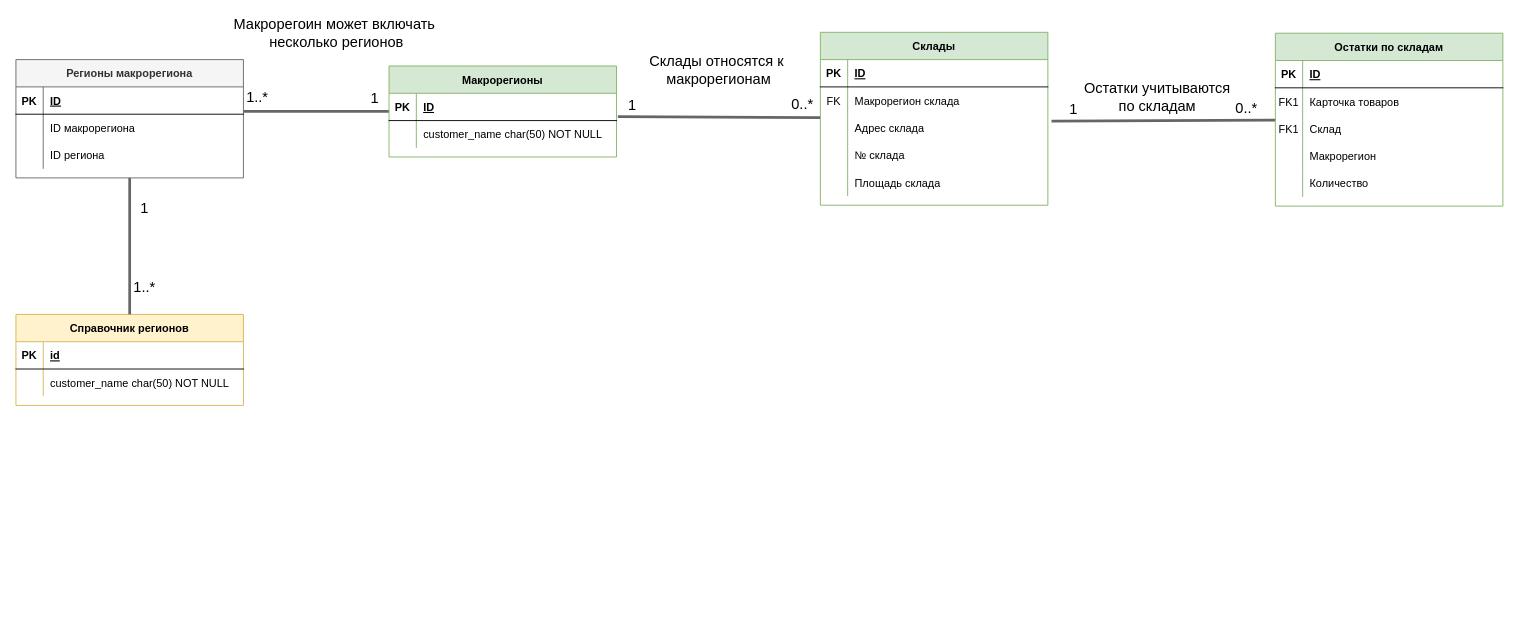
Before: ERD Складская система.drawio in getitsoIved/examplesOfArtifacts, a draw.io diagram. Source tidied: cells renumbered, new cells numbered last; positions are measured from the earlier drawing's top-left corner, leaving out a move shared by most shapes. Both pictures are drawn from the tidied source at 91%, with x=0, y=0 at pixel (15, 32).
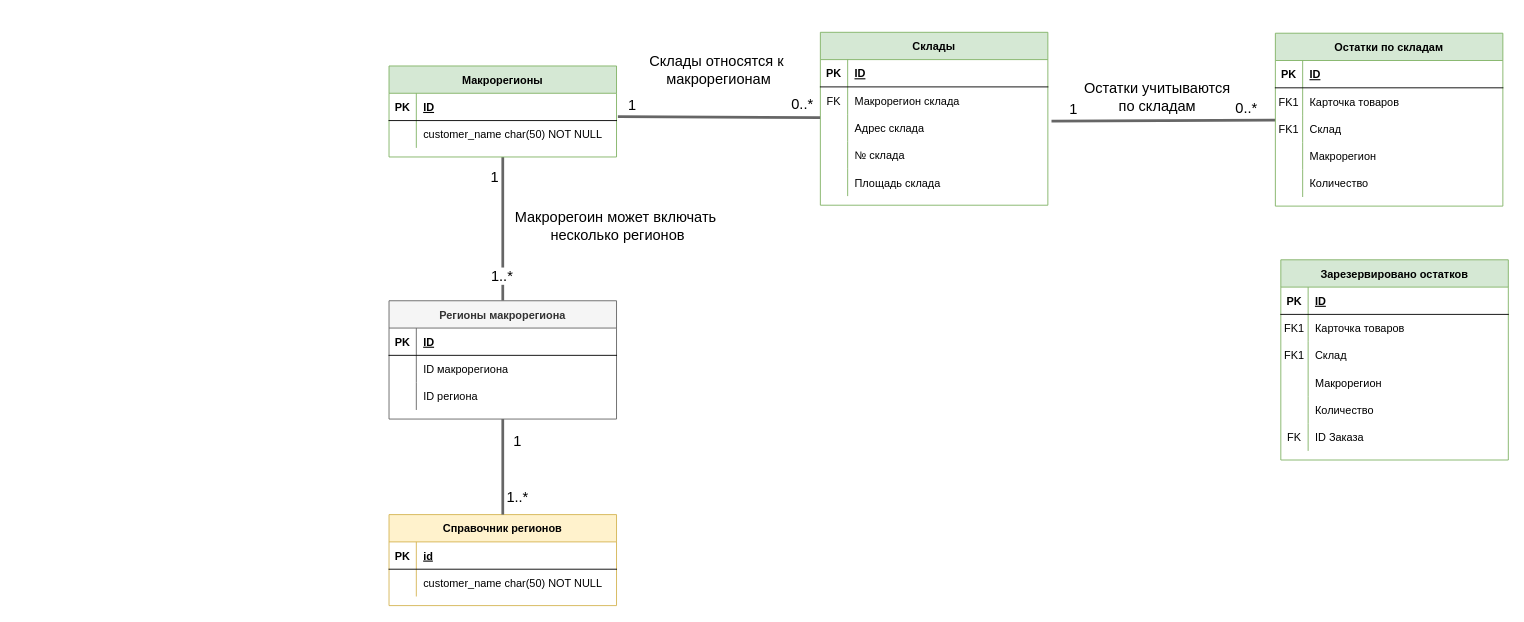
Above is the later version.

Unchanged cells that the change refers to:
```xml
<mxCell id="26" value="Макрорегионы" style="shape=table;startSize=30;childLayout=tableLayout;rowLines=0;fontStyle=1;align=center;fillColor=#d5e8d4;strokeColor=#82b366;" parent="1" vertex="1">
  <mxGeometry x="410" y="37" width="250" height="100" as="geometry" />
</mxCell>
<mxCell id="44" style="shape=partialRectangle;fillColor=none;points=[[0,0.5],[1,0.5]];portConstraint=eastwest;top=0;left=0;right=0;bottom=1;" parent="43" vertex="1">
  <mxGeometry y="30" width="250" height="30" as="geometry" />
</mxCell>
```

What changed in the source:
```diff
@@
-    <mxCell id="22" style="rounded=0;jettySize=auto;html=1;entryX=1;entryY=0.9;entryDx=0;entryDy=0;entryPerimeter=0;fillColor=#f5f5f5;strokeColor=#666666;strokeWidth=3;endArrow=none;endFill=0;" parent="1" edge="1" source="26" target="44">
+    <mxCell id="22" style="rounded=0;jettySize=auto;html=1;entryX=0.5;entryY=0;entryDx=0;entryDy=0;fillColor=#f5f5f5;strokeColor=#666666;strokeWidth=3;endArrow=none;endFill=0;" parent="1" edge="1" source="26" target="43">
       <mxGeometry relative="1" as="geometry" />
     </mxCell>
@@
     <mxCell id="24" value="Макрорегоин может включать&amp;nbsp;&lt;br style=&quot;font-size: 16px;&quot;&gt;несколько регионов" style="edgeLabel;html=1;align=center;verticalAlign=middle;fontSize=16;" parent="22" vertex="1">
       <mxGeometry x="0.1" y="-4" relative="1" as="geometry">
-        <mxPoint x="29" y="-83" as="offset" />
+        <mxPoint x="129" y="-12" as="offset" />
       </mxGeometry>
     </mxCell>
     <mxCell id="25" value="1" style="edgeLabel;html=1;align=center;verticalAlign=middle;fontSize=16;" parent="22" vertex="1">
       <mxGeometry x="-0.69" y="1" relative="1" as="geometry">
-        <mxPoint x="8" y="-17" as="offset" />
+        <mxPoint x="-11" y="-3" as="offset" />
       </mxGeometry>
     </mxCell>
@@
     <mxCell id="33" value="Справочник регионов" style="shape=table;startSize=30;childLayout=tableLayout;rowLines=0;fontStyle=1;align=center;fillColor=#fff2cc;strokeColor=#d6b656;" parent="1" vertex="1">
-      <mxGeometry y="310" width="250" height="100" as="geometry" />
+      <mxGeometry x="410" y="530" width="250" height="100" as="geometry" />
     </mxCell>
@@
     <mxCell id="43" value="Регионы макрорегиона" style="shape=table;startSize=30;childLayout=tableLayout;rowLines=0;fontStyle=1;align=center;fillColor=#f5f5f5;strokeColor=#666666;fontColor=#333333;" parent="1" vertex="1">
-      <mxGeometry y="30" width="250" height="130" as="geometry" />
+      <mxGeometry x="410" y="295" width="250" height="130" as="geometry" />
     </mxCell>
@@
+    <mxCell id="73" value="Зарезервировано остатков" style="shape=table;startSize=30;childLayout=tableLayout;rowLines=0;fontStyle=1;align=center;fillColor=#d5e8d4;strokeColor=#82b366;" parent="1" vertex="1">
+      <mxGeometry x="1390" y="250" width="250" height="220" as="geometry" />
+    </mxCell>
+    <mxCell id="74" style="shape=partialRectangle;fillColor=none;top=0;left=0;right=0;bottom=1;" parent="73" vertex="1">
+      <mxGeometry y="30" width="250" height="30" as="geometry" />
+    </mxCell>
+    <mxCell id="75" value="PK" style="shape=partialRectangle;overflow=hidden;fillColor=none;top=0;left=0;bottom=0;right=0;fontStyle=1;" parent="74" vertex="1">
+      <mxGeometry width="30" height="30" as="geometry" />
+    </mxCell>
+    <mxCell id="76" value="ID" style="shape=partialRectangle;overflow=hidden;fillColor=none;top=0;left=0;bottom=0;right=0;align=left;spacingLeft=6;fontStyle=5;" parent="74" vertex="1">
+      <mxGeometry x="30" width="220" height="30" as="geometry" />
+    </mxCell>
+    <mxCell id="77" style="shape=partialRectangle;fillColor=none;top=0;left=0;right=0;bottom=0;" parent="73" vertex="1">
+      <mxGeometry y="60" width="250" height="30" as="geometry" />
+    </mxCell>
+    <mxCell id="78" value="FK1" style="shape=partialRectangle;overflow=hidden;fillColor=none;top=0;left=0;bottom=0;right=0;" parent="77" vertex="1">
+      <mxGeometry width="30" height="30" as="geometry" />
+    </mxCell>
+    <mxCell id="79" value="Карточка товаров" style="shape=partialRectangle;overflow=hidden;fillColor=none;top=0;left=0;bottom=0;right=0;align=left;spacingLeft=6;" parent="77" vertex="1">
+      <mxGeometry x="30" width="220" height="30" as="geometry" />
+    </mxCell>
+    <mxCell id="80" style="shape=partialRectangle;fillColor=none;top=0;left=0;right=0;bottom=0;" parent="73" vertex="1">
+      <mxGeometry y="90" width="250" height="30" as="geometry" />
+    </mxCell>
+    <mxCell id="81" value="FK1" style="shape=partialRectangle;overflow=hidden;fillColor=none;top=0;left=0;bottom=0;right=0;" parent="80" vertex="1">
+      <mxGeometry width="30" height="30" as="geometry" />
+    </mxCell>
+    <mxCell id="82" value="Склад" style="shape=partialRectangle;overflow=hidden;fillColor=none;top=0;left=0;bottom=0;right=0;align=left;spacingLeft=6;" parent="80" vertex="1">
+      <mxGeometry x="30" width="220" height="30" as="geometry" />
+    </mxCell>
+    <mxCell id="83" style="shape=partialRectangle;fillColor=none;top=0;left=0;right=0;bottom=0;" parent="73" vertex="1">
+      <mxGeometry y="120" width="250" height="30" as="geometry" />
+    </mxCell>
+    <mxCell id="84" style="shape=partialRectangle;overflow=hidden;fillColor=none;top=0;left=0;bottom=0;right=0;" parent="83" vertex="1">
+      <mxGeometry width="30" height="30" as="geometry" />
+    </mxCell>
+    <mxCell id="85" value="Макрорегион" style="shape=partialRectangle;overflow=hidden;fillColor=none;top=0;left=0;bottom=0;right=0;align=left;spacingLeft=6;" parent="83" vertex="1">
+      <mxGeometry x="30" width="220" height="30" as="geometry" />
+    </mxCell>
+    <mxCell id="86" style="shape=partialRectangle;fillColor=none;top=0;left=0;right=0;bottom=0;" parent="73" vertex="1">
+      <mxGeometry y="150" width="250" height="30" as="geometry" />
+    </mxCell>
+    <mxCell id="87" style="shape=partialRectangle;overflow=hidden;fillColor=none;top=0;left=0;bottom=0;right=0;" parent="86" vertex="1">
+      <mxGeometry width="30" height="30" as="geometry" />
+    </mxCell>
+    <mxCell id="88" value="Количество" style="shape=partialRectangle;overflow=hidden;fillColor=none;top=0;left=0;bottom=0;right=0;align=left;spacingLeft=6;" parent="86" vertex="1">
+      <mxGeometry x="30" width="220" height="30" as="geometry" />
+    </mxCell>
+    <mxCell id="89" style="shape=partialRectangle;fillColor=none;top=0;left=0;right=0;bottom=0;" parent="73" vertex="1">
+      <mxGeometry y="180" width="250" height="30" as="geometry" />
+    </mxCell>
+    <mxCell id="90" value="FK" style="shape=partialRectangle;overflow=hidden;fillColor=none;top=0;left=0;bottom=0;right=0;" parent="89" vertex="1">
+      <mxGeometry width="30" height="30" as="geometry" />
+    </mxCell>
+    <mxCell id="91" value="ID Заказа" style="shape=partialRectangle;overflow=hidden;fillColor=none;top=0;left=0;bottom=0;right=0;align=left;spacingLeft=6;" parent="89" vertex="1">
+      <mxGeometry x="30" width="220" height="30" as="geometry" />
+    </mxCell>
```
